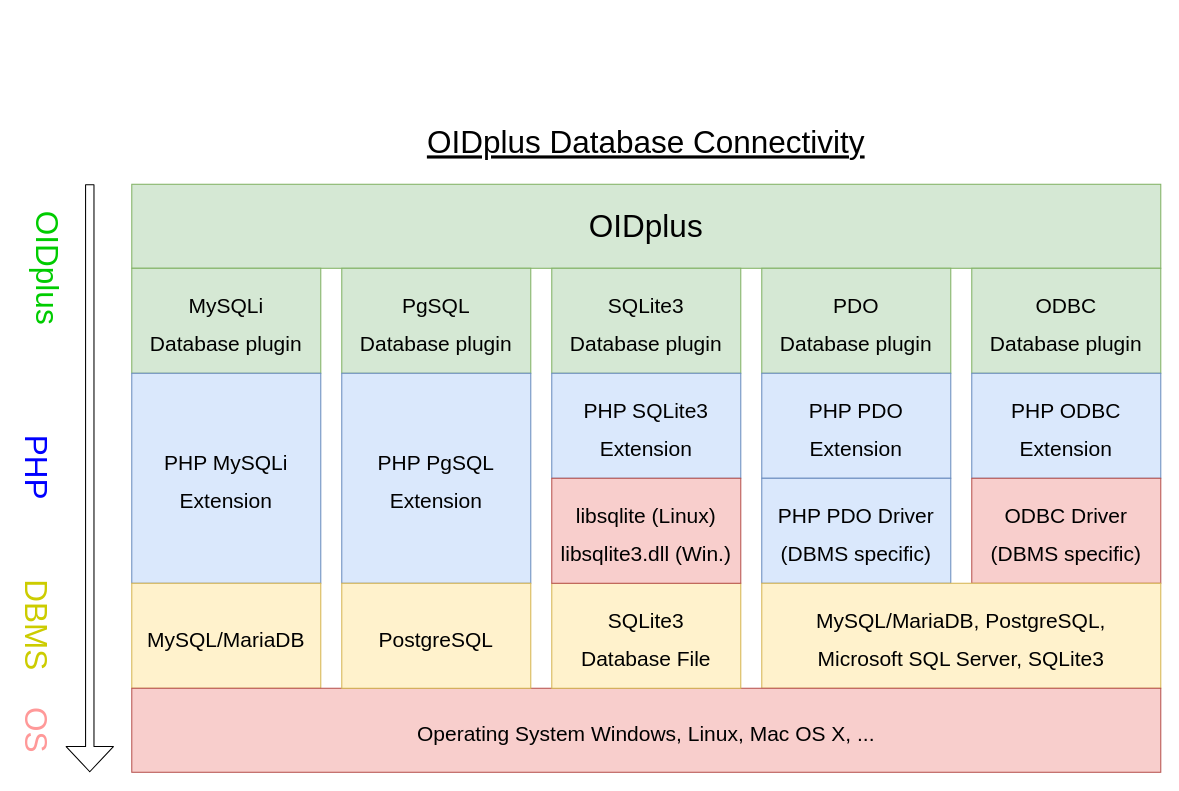
Earlier version of the draw.io diagram plugins/database/database_connectivity_diagram.drawio (danielmarschall/oidplus). Source tidied: cells renumbered, new cells numbered last; positions are measured from the earlier drawing's top-left corner, leaving out a move shared by most shapes. Both pictures are drawn from the tidied source at 105%, with x=0, y=0 at pixel (-16, 131).
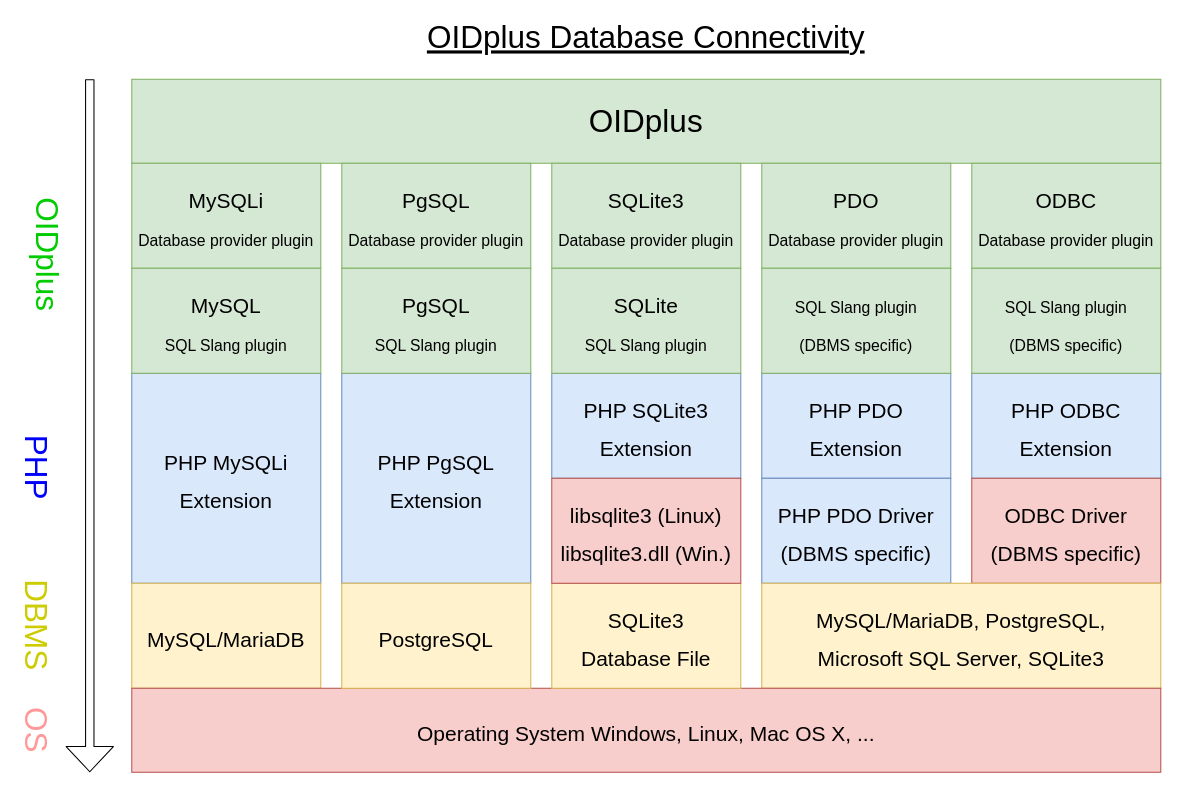
The same page after the edit.

Diff of the diagram source:
```diff
@@
     <mxCell id="2" value="OIDplus" style="rounded=0;whiteSpace=wrap;html=1;fontSize=30;fillColor=#d5e8d4;strokeColor=#82b366;shadow=0;" parent="1" vertex="1">
-      <mxGeometry x="140" y="50" width="980" height="80" as="geometry" />
+      <mxGeometry x="140" y="-50" width="980" height="80" as="geometry" />
     </mxCell>
-    <mxCell id="3" value="&lt;font style=&quot;font-size: 20px&quot;&gt;MySQLi&lt;br&gt;Database plugin&lt;/font&gt;" style="rounded=0;whiteSpace=wrap;html=1;fontSize=30;fillColor=#d5e8d4;strokeColor=#82b366;shadow=0;" parent="1" vertex="1">
-      <mxGeometry x="140" y="130" width="180" height="100" as="geometry" />
+    <mxCell id="3" value="&lt;font&gt;&lt;span style=&quot;font-size: 20px&quot;&gt;MySQLi&lt;/span&gt;&lt;br&gt;&lt;font style=&quot;font-size: 15px&quot;&gt;Database provider plugin&lt;/font&gt;&lt;/font&gt;" style="rounded=0;whiteSpace=wrap;html=1;fontSize=30;fillColor=#d5e8d4;strokeColor=#82b366;shadow=0;" parent="1" vertex="1">
+      <mxGeometry x="140" y="30" width="180" height="100" as="geometry" />
     </mxCell>
-    <mxCell id="4" value="&lt;font style=&quot;font-size: 20px&quot;&gt;PDO&lt;br&gt;Database plugin&lt;/font&gt;" style="rounded=0;whiteSpace=wrap;html=1;fontSize=30;fillColor=#d5e8d4;strokeColor=#82b366;shadow=0;" parent="1" vertex="1">
-      <mxGeometry x="740" y="130" width="180" height="100" as="geometry" />
+    <mxCell id="4" value="&lt;font style=&quot;font-size: 20px&quot;&gt;PDO&lt;br&gt;&lt;span style=&quot;font-size: 15px&quot;&gt;Database provider plugin&lt;/span&gt;&lt;br&gt;&lt;/font&gt;" style="rounded=0;whiteSpace=wrap;html=1;fontSize=30;fillColor=#d5e8d4;strokeColor=#82b366;shadow=0;" parent="1" vertex="1">
+      <mxGeometry x="740" y="30" width="180" height="100" as="geometry" />
     </mxCell>
-    <mxCell id="5" value="&lt;font style=&quot;font-size: 20px&quot;&gt;ODBC&lt;br&gt;Database plugin&lt;/font&gt;" style="rounded=0;whiteSpace=wrap;html=1;fontSize=30;fillColor=#d5e8d4;strokeColor=#82b366;shadow=0;" parent="1" vertex="1">
-      <mxGeometry x="940" y="130" width="180" height="100" as="geometry" />
+    <mxCell id="5" value="&lt;font style=&quot;font-size: 20px&quot;&gt;ODBC&lt;br&gt;&lt;span style=&quot;font-size: 15px&quot;&gt;Database provider plugin&lt;/span&gt;&lt;br&gt;&lt;/font&gt;" style="rounded=0;whiteSpace=wrap;html=1;fontSize=30;fillColor=#d5e8d4;strokeColor=#82b366;shadow=0;" parent="1" vertex="1">
+      <mxGeometry x="940" y="30" width="180" height="100" as="geometry" />
     </mxCell>
@@
     <mxCell id="12" style="shape=flexArrow;endArrow=classic;html=1;fontSize=30;endWidth=36;endSize=7.67;width=8;shadow=0;" parent="1" edge="1">
       <mxGeometry relative="1" as="geometry">
-        <mxPoint x="100" y="50" as="sourcePoint" />
+        <mxPoint x="100" y="-50" as="sourcePoint" />
         <mxPoint x="100" y="610" as="targetPoint" />
       </mxGeometry>
     </mxCell>
     <mxCell id="13" value="OIDplus" style="text;html=1;strokeColor=none;fillColor=none;align=center;verticalAlign=middle;whiteSpace=wrap;rounded=0;fontSize=30;rotation=90;direction=east;fontColor=#00CC00;shadow=0;" parent="1" vertex="1">
-      <mxGeometry x="40" y="120" width="40" height="20" as="geometry" />
+      <mxGeometry x="40" y="107" width="40" height="20" as="geometry" />
     </mxCell>
@@
     <mxCell id="16" value="OIDplus Database Connectivity" style="text;html=1;strokeColor=none;fillColor=none;align=center;verticalAlign=middle;whiteSpace=wrap;rounded=0;fontSize=30;fontStyle=4;shadow=0;" parent="1" vertex="1">
-      <mxGeometry x="150" width="960" height="20" as="geometry" />
+      <mxGeometry x="150" y="-100" width="960" height="20" as="geometry" />
     </mxCell>
@@
-    <mxCell id="20" value="&lt;font style=&quot;font-size: 20px&quot;&gt;PgSQL&lt;br&gt;Database plugin&lt;/font&gt;" style="rounded=0;whiteSpace=wrap;html=1;fontSize=30;fillColor=#d5e8d4;strokeColor=#82b366;shadow=0;" parent="1" vertex="1">
-      <mxGeometry x="340" y="130" width="180" height="100" as="geometry" />
+    <mxCell id="20" value="&lt;font style=&quot;font-size: 20px&quot;&gt;PgSQL&lt;br&gt;&lt;span style=&quot;font-size: 15px&quot;&gt;Database provider plugin&lt;/span&gt;&lt;br&gt;&lt;/font&gt;" style="rounded=0;whiteSpace=wrap;html=1;fontSize=30;fillColor=#d5e8d4;strokeColor=#82b366;shadow=0;" parent="1" vertex="1">
+      <mxGeometry x="340" y="30" width="180" height="100" as="geometry" />
     </mxCell>
@@
-    <mxCell id="23" value="&lt;font style=&quot;font-size: 20px&quot;&gt;SQLite3&lt;br&gt;Database plugin&lt;/font&gt;" style="rounded=0;whiteSpace=wrap;html=1;fontSize=30;fillColor=#d5e8d4;strokeColor=#82b366;shadow=0;" parent="1" vertex="1">
-      <mxGeometry x="540" y="130" width="180" height="100" as="geometry" />
+    <mxCell id="23" value="&lt;font style=&quot;font-size: 20px&quot;&gt;SQLite3&lt;br&gt;&lt;span style=&quot;font-size: 15px&quot;&gt;Database provider plugin&lt;/span&gt;&lt;br&gt;&lt;/font&gt;" style="rounded=0;whiteSpace=wrap;html=1;fontSize=30;fillColor=#d5e8d4;strokeColor=#82b366;shadow=0;" parent="1" vertex="1">
+      <mxGeometry x="540" y="30" width="180" height="100" as="geometry" />
     </mxCell>
@@
-    <mxCell id="26" value="&lt;span style=&quot;font-size: 20px&quot;&gt;libsqlite (Linux)&lt;br&gt;libsqlite3.dll (Win.)&lt;br&gt;&lt;/span&gt;" style="rounded=0;whiteSpace=wrap;html=1;fontSize=30;fillColor=#f8cecc;strokeColor=#b85450;shadow=0;" parent="1" vertex="1">
+    <mxCell id="26" value="&lt;span style=&quot;font-size: 20px&quot;&gt;libsqlite3 (Linux)&lt;br&gt;libsqlite3.dll (Win.)&lt;br&gt;&lt;/span&gt;" style="rounded=0;whiteSpace=wrap;html=1;fontSize=30;fillColor=#f8cecc;strokeColor=#b85450;shadow=0;" parent="1" vertex="1">
       <mxGeometry x="540" y="330" width="180" height="100" as="geometry" />
     </mxCell>
+    <mxCell id="27" value="&lt;font style=&quot;font-size: 20px&quot;&gt;MySQL&lt;br&gt;&lt;span style=&quot;font-size: 15px&quot;&gt;SQL Slang plugin&lt;/span&gt;&lt;br&gt;&lt;/font&gt;" style="rounded=0;whiteSpace=wrap;html=1;fontSize=30;fillColor=#d5e8d4;strokeColor=#82b366;shadow=0;" parent="1" vertex="1">
+      <mxGeometry x="140" y="130" width="180" height="100" as="geometry" />
+    </mxCell>
+    <mxCell id="28" value="&lt;font style=&quot;font-size: 20px&quot;&gt;PgSQL&lt;br&gt;&lt;span style=&quot;font-size: 15px&quot;&gt;SQL Slang plugin&lt;/span&gt;&lt;br&gt;&lt;/font&gt;" style="rounded=0;whiteSpace=wrap;html=1;fontSize=30;fillColor=#d5e8d4;strokeColor=#82b366;shadow=0;" parent="1" vertex="1">
+      <mxGeometry x="340" y="130" width="180" height="100" as="geometry" />
+    </mxCell>
+    <mxCell id="29" value="&lt;font style=&quot;font-size: 20px&quot;&gt;SQLite&lt;br&gt;&lt;span style=&quot;font-size: 15px&quot;&gt;SQL Slang plugin&lt;/span&gt;&lt;br&gt;&lt;/font&gt;" style="rounded=0;whiteSpace=wrap;html=1;fontSize=30;fillColor=#d5e8d4;strokeColor=#82b366;shadow=0;" parent="1" vertex="1">
+      <mxGeometry x="540" y="130" width="180" height="100" as="geometry" />
+    </mxCell>
+    <mxCell id="30" value="&lt;font style=&quot;font-size: 20px&quot;&gt;&lt;span style=&quot;font-size: 15px&quot;&gt;SQL Slang plugin&lt;br&gt;(DBMS specific)&lt;/span&gt;&lt;br&gt;&lt;/font&gt;" style="rounded=0;whiteSpace=wrap;html=1;fontSize=30;fillColor=#d5e8d4;strokeColor=#82b366;shadow=0;" parent="1" vertex="1">
+      <mxGeometry x="740" y="130" width="180" height="100" as="geometry" />
+    </mxCell>
+    <mxCell id="31" value="&lt;font style=&quot;font-size: 20px&quot;&gt;&lt;span style=&quot;font-size: 15px&quot;&gt;SQL Slang plugin&lt;br&gt;(DBMS specific)&lt;/span&gt;&lt;br&gt;&lt;/font&gt;" style="rounded=0;whiteSpace=wrap;html=1;fontSize=30;fillColor=#d5e8d4;strokeColor=#82b366;shadow=0;" parent="1" vertex="1">
+      <mxGeometry x="940" y="130" width="180" height="100" as="geometry" />
+    </mxCell>
```
